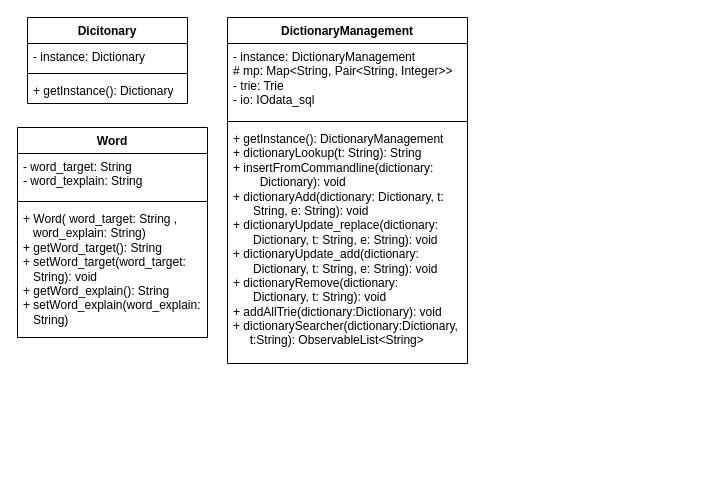
changchan255/OOP_Dictionary keeps this draw.io diagram as Dictionary_Project/Biểu đồ không có tiêu đề.drawio. Above is the earlier version. Source tidied: cells renumbered, new cells numbered last; positions are measured from the earlier drawing's top-left corner, leaving out a move shared by most shapes. Both pictures are drawn from the tidied source at 100%, with x=0, y=0 at pixel (17, 17).
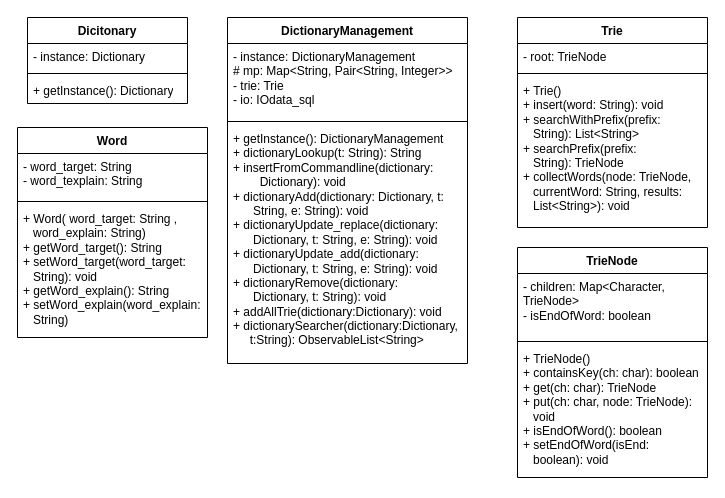
The same page after the edit.

The edit, as a diff of the source:
```diff
@@
+    <mxCell id="14" value="Trie" style="swimlane;fontStyle=1;align=center;verticalAlign=top;horizontal=1;startSize=26;whiteSpace=wrap;html=1;" parent="1" vertex="1">
+      <mxGeometry x="500" width="190" height="210" as="geometry" />
+    </mxCell>
+    <mxCell id="15" value="- root: TrieNode" style="text;strokeColor=none;fillColor=none;align=left;verticalAlign=top;spacingLeft=4;spacingRight=4;overflow=hidden;whiteSpace=wrap;html=1;" parent="14" vertex="1">
+      <mxGeometry y="26" width="190" height="26" as="geometry" />
+    </mxCell>
+    <mxCell id="16" style="line;strokeWidth=1;fillColor=none;align=left;verticalAlign=middle;spacingTop=-1;spacingLeft=3;spacingRight=3;labelPosition=right;strokeColor=inherit;" parent="14" vertex="1">
+      <mxGeometry y="52" width="190" height="8" as="geometry" />
+    </mxCell>
+    <mxCell id="17" value="+ Trie()&lt;br&gt;+&amp;nbsp;insert(word: String): void&lt;br&gt;+&amp;nbsp;searchWithPrefix(prefix:&amp;nbsp; &amp;nbsp; &amp;nbsp; &amp;nbsp; &amp;nbsp; &amp;nbsp; &amp;nbsp; &amp;nbsp;String):&amp;nbsp;List&amp;lt;String&amp;gt;&lt;br&gt;+&amp;nbsp;searchPrefix(prefix:&amp;nbsp; &amp;nbsp; &amp;nbsp; &amp;nbsp; &amp;nbsp; &amp;nbsp; &amp;nbsp; &amp;nbsp; &amp;nbsp; &amp;nbsp; &amp;nbsp; &amp;nbsp;String): TrieNode&lt;br&gt;+&amp;nbsp;collectWords(node: TrieNode,&amp;nbsp; &amp;nbsp; &amp;nbsp; &amp;nbsp;currentWord: String, results:&amp;nbsp; &amp;nbsp; &amp;nbsp; &amp;nbsp; &amp;nbsp;List&amp;lt;String&amp;gt;): void" style="text;strokeColor=none;fillColor=none;align=left;verticalAlign=top;spacingLeft=4;spacingRight=4;overflow=hidden;whiteSpace=wrap;html=1;" parent="14" vertex="1">
+      <mxGeometry y="60" width="190" height="150" as="geometry" />
+    </mxCell>
+    <mxCell id="18" value="TrieNode" style="swimlane;fontStyle=1;align=center;verticalAlign=top;horizontal=1;startSize=26;whiteSpace=wrap;html=1;" parent="1" vertex="1">
+      <mxGeometry x="500" y="230" width="190" height="230" as="geometry" />
+    </mxCell>
+    <mxCell id="19" value="- children:&amp;nbsp;Map&amp;lt;Character, TrieNode&amp;gt;&lt;br&gt;-&amp;nbsp;isEndOfWord: boolean" style="text;strokeColor=none;fillColor=none;align=left;verticalAlign=top;spacingLeft=4;spacingRight=4;overflow=hidden;whiteSpace=wrap;html=1;" parent="18" vertex="1">
+      <mxGeometry y="26" width="190" height="64" as="geometry" />
+    </mxCell>
+    <mxCell id="20" style="line;strokeWidth=1;fillColor=none;align=left;verticalAlign=middle;spacingTop=-1;spacingLeft=3;spacingRight=3;labelPosition=right;strokeColor=inherit;" parent="18" vertex="1">
+      <mxGeometry y="90" width="190" height="8" as="geometry" />
+    </mxCell>
+    <mxCell id="21" value="+&amp;nbsp;TrieNode()&lt;br&gt;+&amp;nbsp;containsKey(ch: char): boolean&lt;br&gt;+ get(ch: char): TrieNode&lt;br&gt;+ put(ch: char, node: TrieNode):&amp;nbsp; &amp;nbsp; &amp;nbsp; &amp;nbsp;void&lt;br&gt;+&amp;nbsp;isEndOfWord(): boolean&lt;br&gt;+&amp;nbsp;setEndOfWord(isEnd:&amp;nbsp; &amp;nbsp; &amp;nbsp; &amp;nbsp; &amp;nbsp; &amp;nbsp; &amp;nbsp; &amp;nbsp; &amp;nbsp; &amp;nbsp;boolean): void" style="text;strokeColor=none;fillColor=none;align=left;verticalAlign=top;spacingLeft=4;spacingRight=4;overflow=hidden;whiteSpace=wrap;html=1;" parent="18" vertex="1">
+      <mxGeometry y="98" width="190" height="132" as="geometry" />
+    </mxCell>
```
